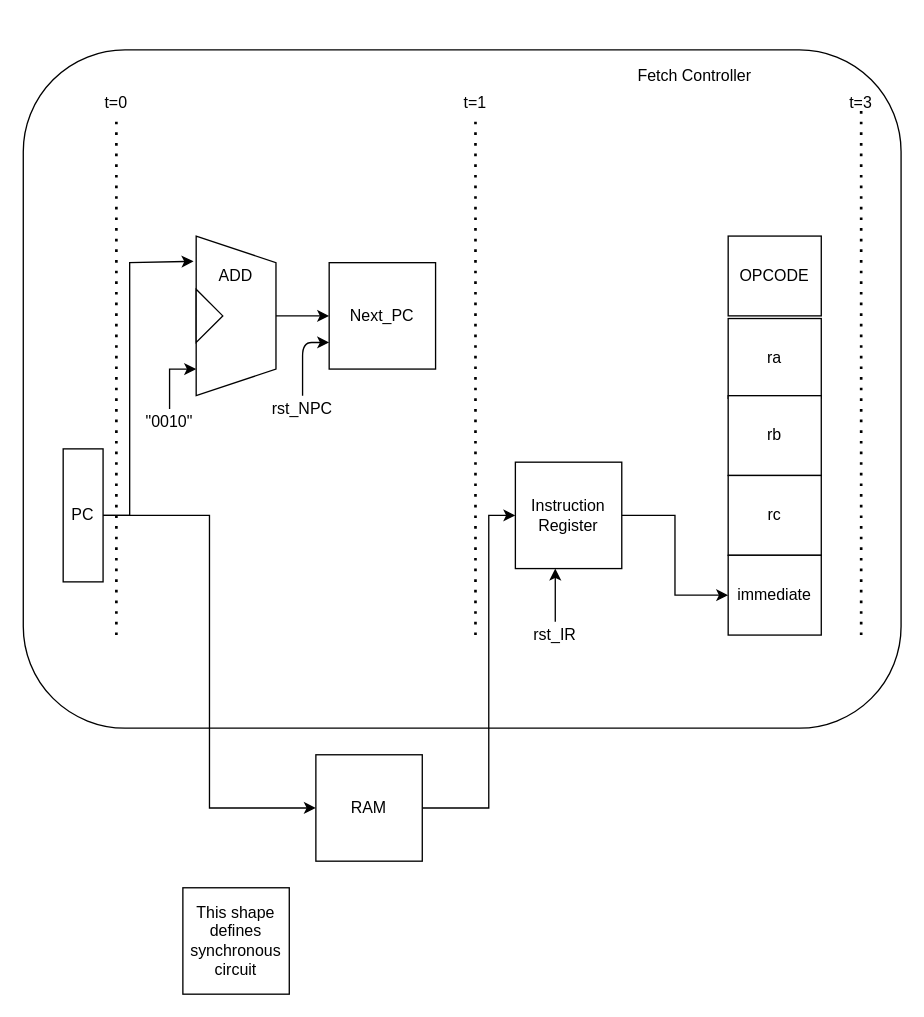
Before: page "Fetch Stage" (1 of 5) of docs/block diagram.drawio in anijjar/16bit-Processor-ECE449, a draw.io diagram. Source tidied: cells renumbered, new cells numbered last; positions are measured from the earlier drawing's top-left corner, leaving out a move shared by most shapes. Both pictures are drawn from the tidied source at 133%, with x=0, y=0 at pixel (23, 49).
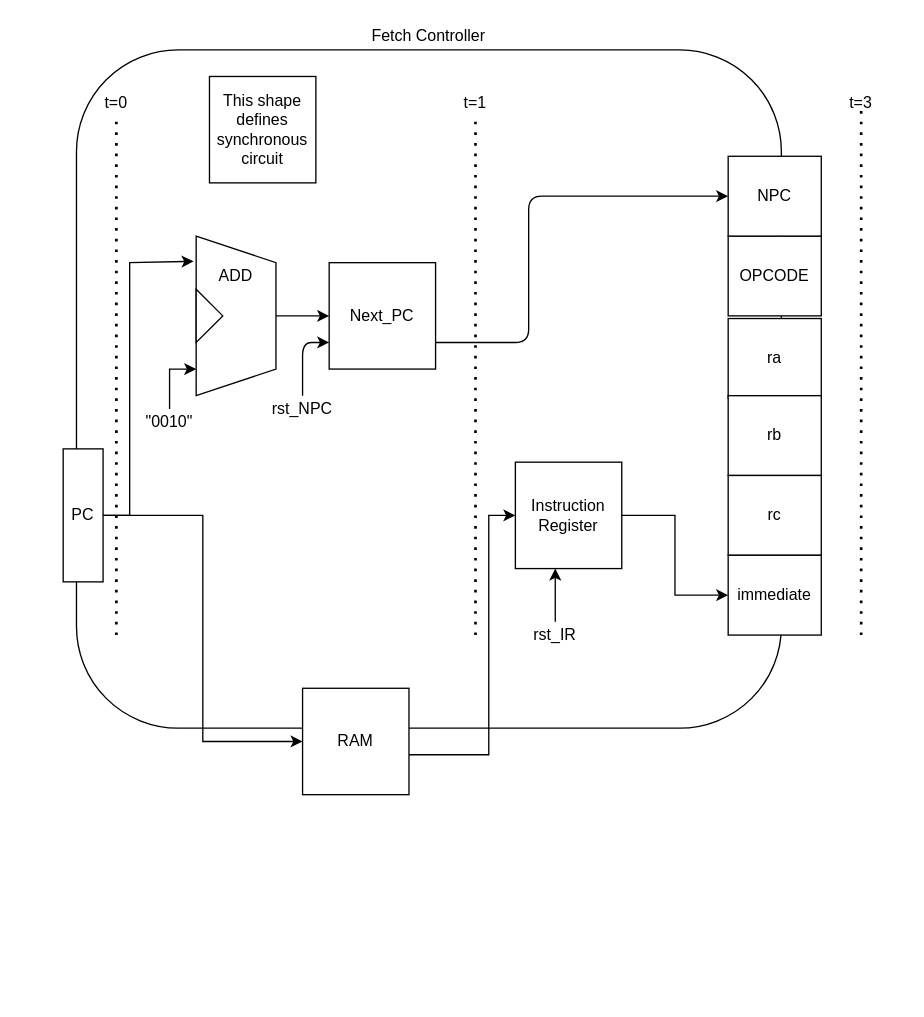
After the change.

The edit, as a diff of the source:
```diff
@@
     <mxCell id="2" style="rounded=1;whiteSpace=wrap;html=1;" parent="1" vertex="1">
-      <mxGeometry width="660" height="510" as="geometry" />
+      <mxGeometry x="40" width="530" height="510" as="geometry" />
     </mxCell>
@@
-    <mxCell id="6" style="edgeStyle=orthogonalEdgeStyle;rounded=0;jettySize=auto;html=1;" parent="1" edge="1" source="7">
+    <mxCell id="6" style="edgeStyle=orthogonalEdgeStyle;rounded=0;orthogonalLoop=1;jettySize=auto;html=1;" parent="1" edge="1">
       <mxGeometry relative="1" as="geometry">
+        <mxPoint x="300" y="530" as="sourcePoint" />
         <mxPoint x="370" y="350" as="targetPoint" />
         <Array as="points">
-          <mxPoint x="350" y="570" />
+          <mxPoint x="250" y="530" />
+          <mxPoint x="350" y="530" />
           <mxPoint x="350" y="350" />
         </Array>
       </mxGeometry>
     </mxCell>
     <mxCell id="7" value="RAM" style="whiteSpace=wrap;html=1;" parent="1" vertex="1">
-      <mxGeometry x="220" y="530" width="80" height="80" as="geometry" />
+      <mxGeometry x="210" y="480" width="80" height="80" as="geometry" />
     </mxCell>
@@
     <mxCell id="15" value="This shape defines synchronous circuit" style="whiteSpace=wrap;html=1;" parent="1" vertex="1">
-      <mxGeometry x="120" y="630" width="80" height="80" as="geometry" />
+      <mxGeometry x="140" y="20" width="80" height="80" as="geometry" />
     </mxCell>
@@
     <mxCell id="34" value="Fetch Controller&lt;br&gt;" style="text;html=1;strokeColor=none;fillColor=none;align=center;verticalAlign=middle;whiteSpace=wrap;rounded=0;" parent="1" vertex="1">
-      <mxGeometry x="460" y="10" width="90" height="20" as="geometry" />
+      <mxGeometry x="260" y="-20" width="90" height="20" as="geometry" />
     </mxCell>
+    <mxCell id="35" value="&lt;span&gt;NPC&lt;/span&gt;" style="rounded=0;whiteSpace=wrap;html=1;" parent="1" vertex="1">
+      <mxGeometry x="530" y="80" width="70" height="60" as="geometry" />
+    </mxCell>
+    <mxCell id="36" style="endArrow=classic;html=1;entryX=0;entryY=0.5;entryDx=0;entryDy=0;" parent="1" edge="1" target="35">
+      <mxGeometry relative="1" as="geometry">
+        <mxPoint x="310" y="220" as="sourcePoint" />
+        <Array as="points">
+          <mxPoint x="380" y="220" />
+          <mxPoint x="380" y="110" />
+        </Array>
+      </mxGeometry>
+    </mxCell>
```
